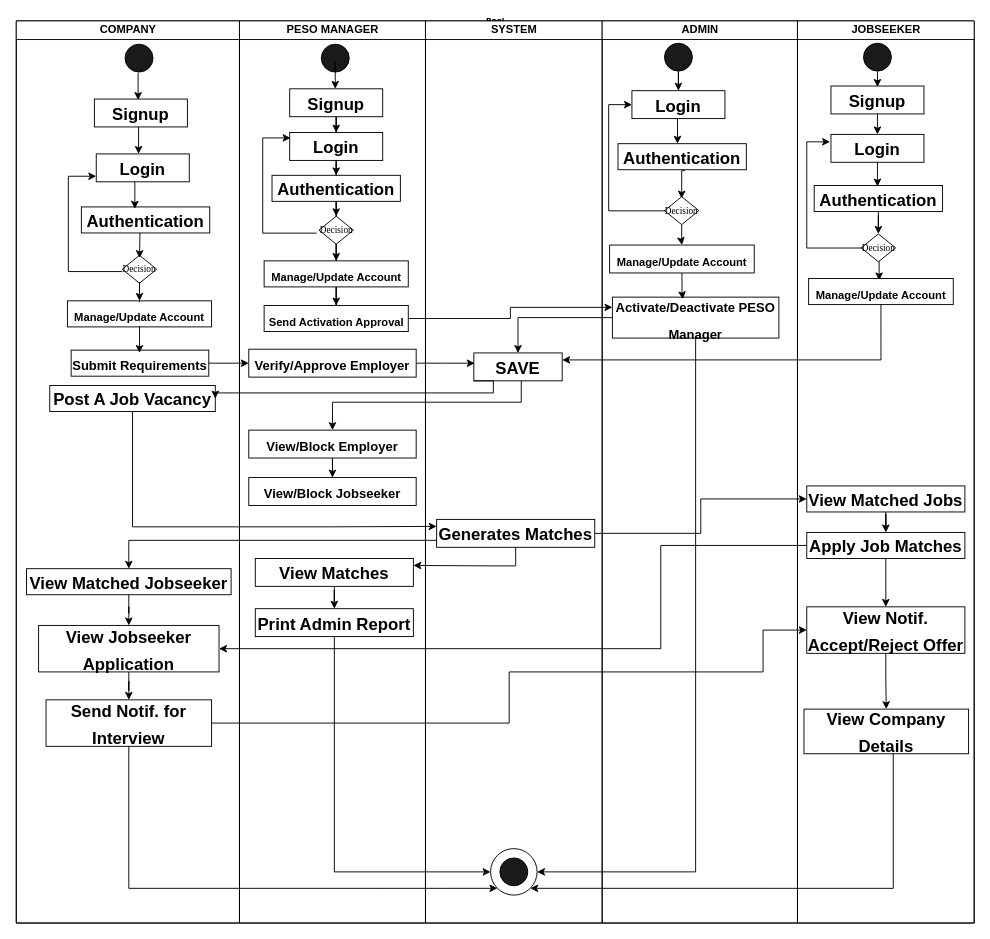
The draw.io diagram Untitled Diagram.drawio in aballemishiel/testmyattendance, before the edit. Source tidied: cells renumbered, new cells numbered last; positions are measured from the earlier drawing's top-left corner, leaving out a move shared by most shapes. Both pictures are drawn from the tidied source at 93%, with x=0, y=0 at pixel (16, 20).
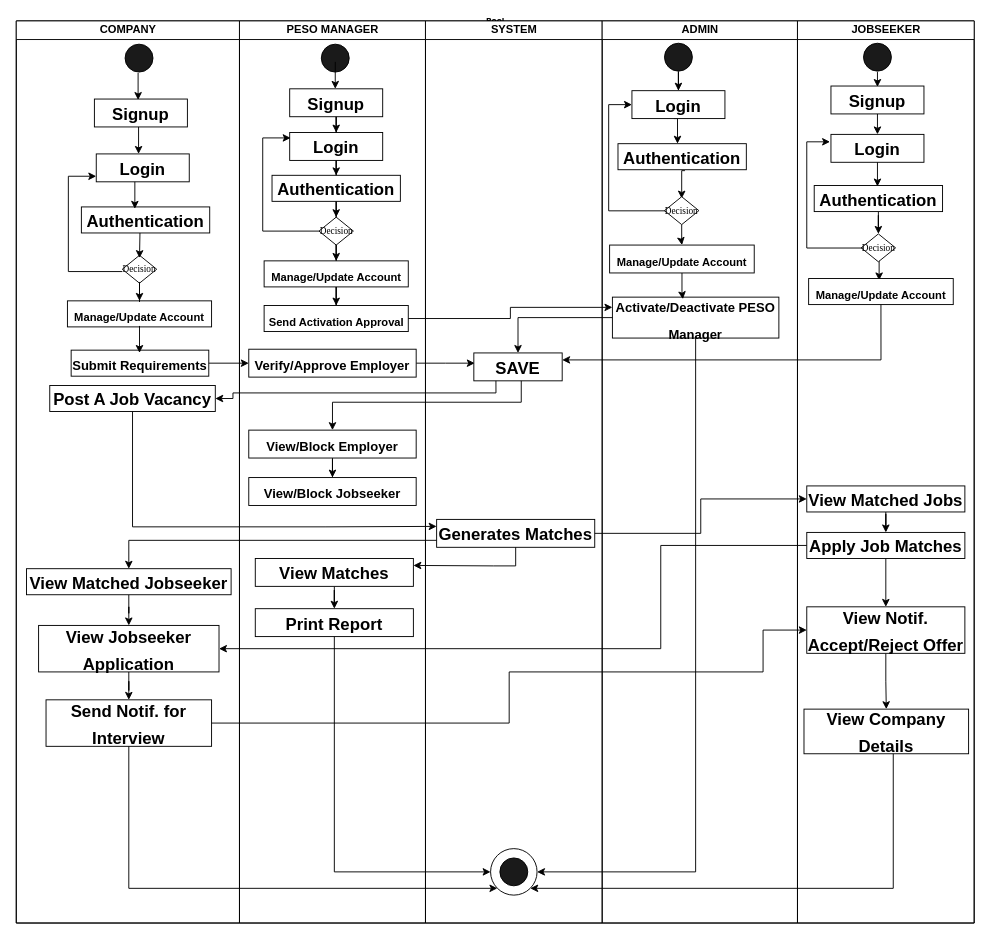
After the change.

Unchanged cells that the change refers to:
```xml
<mxCell id="2" value="Pool" style="swimlane;html=1;startSize=0;rounded=0;shadow=0;labelBackgroundColor=none;strokeWidth=1;fontFamily=Verdana;fontSize=8;align=center;" parent="1" vertex="1">
  <mxGeometry width="1030" height="970" as="geometry" />
</mxCell>
<mxCell id="13" value="&lt;h1&gt;&lt;font face=&quot;Helvetica&quot; style=&quot;font-size: 18px;&quot;&gt;Post A Job Vacancy&lt;/font&gt;&lt;/h1&gt;" style="html=1;dashed=0;whiteSpace=wrap;" parent="3" vertex="1">
  <mxGeometry x="36" y="392" width="178" height="28" as="geometry" />
</mxCell>
<mxCell id="20" value="PESO MANAGER" style="swimlane;html=1;startSize=20;" parent="2" vertex="1">
  <mxGeometry x="240" width="200" height="970" as="geometry" />
</mxCell>
<mxCell id="42" value="&lt;h1&gt;&lt;span style=&quot;font-size: 18px;&quot;&gt;SAVE&lt;/span&gt;&lt;/h1&gt;" style="html=1;dashed=0;whiteSpace=wrap;" parent="40" vertex="1">
  <mxGeometry x="52" y="357" width="95" height="30" as="geometry" />
</mxCell>
```

Diff of the diagram source:
```diff
@@
     <mxCell id="29" value="&lt;font face=&quot;Garamond&quot; style=&quot;font-size: 10px;&quot;&gt;Decision&lt;/font&gt;" style="shape=rhombus;html=1;dashed=0;whiteSpace=wrap;perimeter=rhombusPerimeter;" parent="20" vertex="1">
-      <mxGeometry x="85.5" y="210" width="37" height="30" as="geometry" />
+      <mxGeometry x="85.5" y="211" width="37" height="30" as="geometry" />
     </mxCell>
-    <mxCell id="30" style="edgeStyle=elbowEdgeStyle;rounded=0;orthogonalLoop=1;jettySize=auto;html=1;exitX=0;exitY=0;exitDx=0;exitDy=0;" parent="20" edge="1">
+    <mxCell id="30" style="edgeStyle=elbowEdgeStyle;rounded=0;jettySize=auto;html=1;exitX=0;exitY=0.5;exitDx=0;exitDy=0;" parent="20" edge="1" source="29">
       <mxGeometry relative="1" as="geometry">
-        <mxPoint x="83" y="228.2" as="sourcePoint" />
         <mxPoint x="55" y="125.8" as="targetPoint" />
         <Array as="points">
           <mxPoint x="25" y="185.8" />
         </Array>
       </mxGeometry>
     </mxCell>
@@
-    <mxCell id="38" value="&lt;h1&gt;&lt;span style=&quot;font-size: 18px;&quot;&gt;Print Admin Report&lt;/span&gt;&lt;/h1&gt;" style="html=1;dashed=0;whiteSpace=wrap;" parent="20" vertex="1">
+    <mxCell id="38" value="&lt;h1&gt;&lt;span style=&quot;font-size: 18px;&quot;&gt;Print Report&lt;/span&gt;&lt;/h1&gt;" style="html=1;dashed=0;whiteSpace=wrap;" parent="20" vertex="1">
       <mxGeometry x="17" y="632" width="170" height="30" as="geometry" />
     </mxCell>
@@
-    <mxCell id="88" style="edgeStyle=orthogonalEdgeStyle;rounded=0;jettySize=auto;html=1;exitX=0;exitY=1;exitDx=0;exitDy=0;entryX=1;entryY=0.5;entryDx=0;entryDy=0;" parent="2" edge="1" source="42" target="13">
-      <mxGeometry relative="1" as="geometry">
-        <Array as="points">
-          <mxPoint x="513" y="387" />
-          <mxPoint x="513" y="400" />
-          <mxPoint x="214" y="400" />
-        </Array>
-      </mxGeometry>
-    </mxCell>
@@
+    <mxCell id="88" style="edgeStyle=orthogonalEdgeStyle;rounded=0;jettySize=auto;html=1;exitX=0.25;exitY=1;exitDx=0;exitDy=0;" parent="2" edge="1" source="42" target="13">
+      <mxGeometry relative="1" as="geometry">
+        <Array as="points">
+          <mxPoint x="516" y="400" />
+          <mxPoint x="233" y="400" />
+          <mxPoint x="233" y="406" />
+        </Array>
+      </mxGeometry>
+    </mxCell>
```
